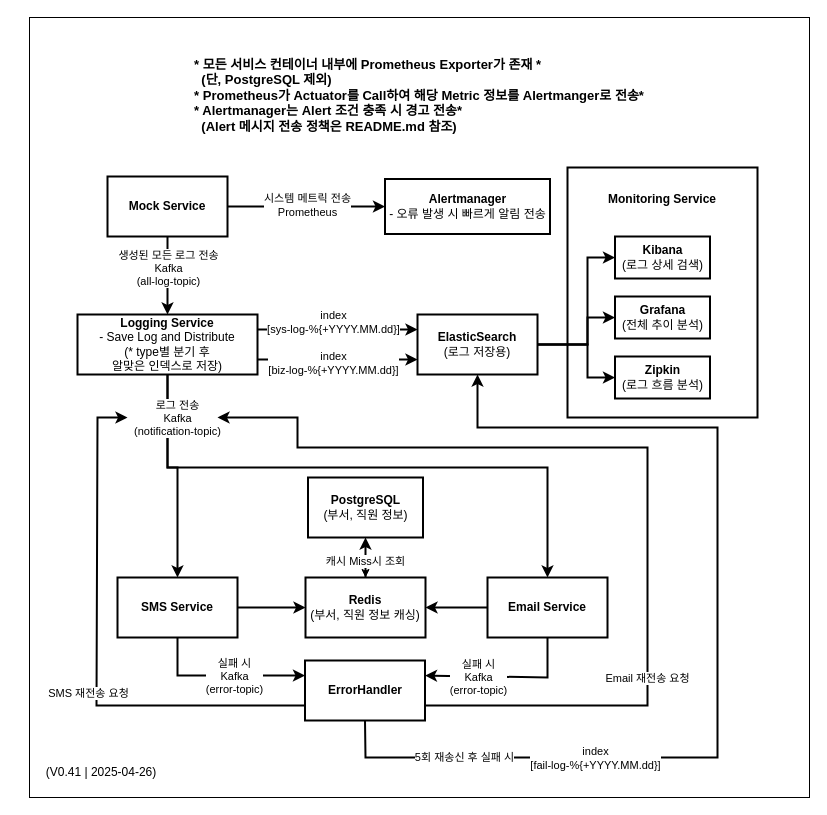
Before: docs/architecture/MsaLogHandleProjects.drawio in rihee1214/logstream-alert-system, a draw.io diagram. Source tidied: cells renumbered, new cells numbered last; positions are measured from the earlier drawing's top-left corner, leaving out a move shared by most shapes. Both pictures are drawn from the tidied source at 100%, with x=0, y=0 at pixel (29, 17).
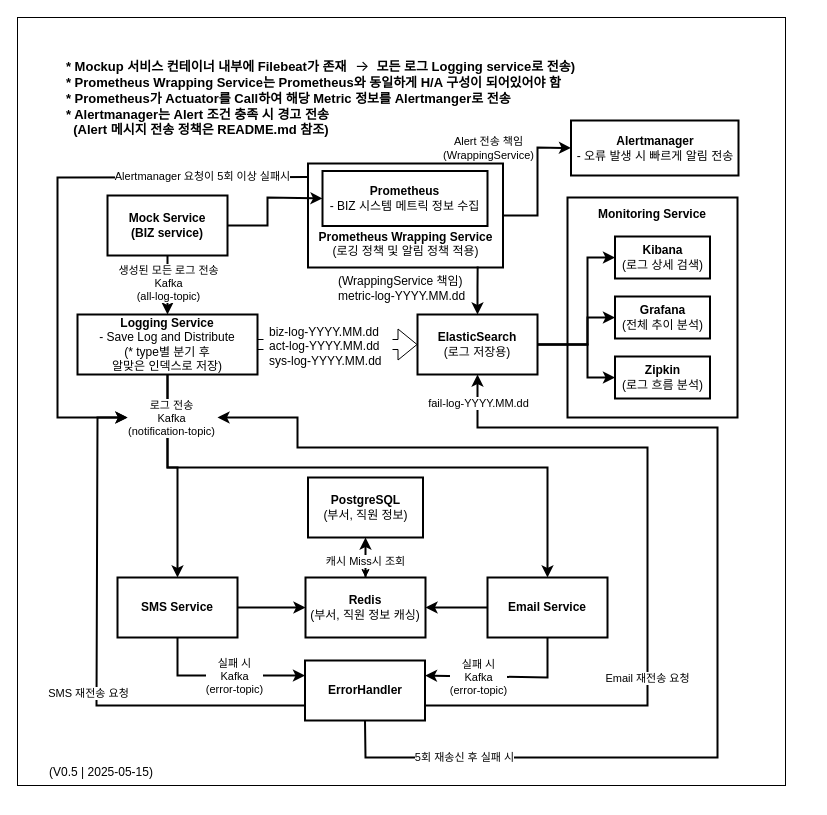
The same diagram, later.

Commit message (it also covers changes not shown here):
Refactor Prometheus wrapping architecture and finalize logging policy

Unchanged cells that the change refers to:
```xml
<mxCell id="5" value="&lt;font style=&quot;color: light-dark(rgb(0, 0, 0), rgb(0, 0, 0));&quot;&gt;&lt;b&gt;Logging Service&lt;/b&gt;&lt;/font&gt;&lt;div&gt;&lt;font style=&quot;color: light-dark(rgb(0, 0, 0), rgb(0, 0, 0));&quot;&gt;- Save Log and Distribute&lt;/font&gt;&lt;/div&gt;&lt;div&gt;&lt;font style=&quot;color: light-dark(rgb(0, 0, 0), rgb(0, 0, 0));&quot;&gt;(* type별 분기 후&lt;/font&gt;&lt;/div&gt;&lt;div&gt;&lt;font style=&quot;color: light-dark(rgb(0, 0, 0), rgb(0, 0, 0));&quot;&gt;알맞은 인덱스로 저장)&lt;/font&gt;&lt;/div&gt;" style="rounded=0;whiteSpace=wrap;html=1;fillColor=light-dark(#FFFFFF,#E8F0FE);strokeColor=light-dark(#000000,#333333);strokeWidth=2;" parent="1" vertex="1">
  <mxGeometry x="48" y="297" width="180" height="60" as="geometry" />
</mxCell>
<mxCell id="6" style="endArrow=classic;html=1;rounded=0;entryX=0.5;entryY=0;entryDx=0;entryDy=0;strokeColor=light-dark(#000000,#333333);strokeWidth=2;exitX=0.5;exitY=1;exitDx=0;exitDy=0;" parent="1" edge="1" source="4" target="5">
  <mxGeometry relative="1" as="geometry" />
</mxCell>
<mxCell id="10" value="&lt;font style=&quot;color: light-dark(rgb(0, 0, 0), rgb(0, 0, 0));&quot;&gt;&lt;b&gt;ElasticSearch&lt;/b&gt;&lt;/font&gt;&lt;div&gt;&lt;font style=&quot;color: light-dark(rgb(0, 0, 0), rgb(0, 0, 0));&quot;&gt;(로그 저장용)&lt;/font&gt;&lt;/div&gt;" style="rounded=0;whiteSpace=wrap;html=1;fillColor=light-dark(#FFFFFF,#E8F0FE);strokeColor=light-dark(#000000,#333333);strokeWidth=2;" parent="1" vertex="1">
  <mxGeometry x="388" y="297" width="120" height="60" as="geometry" />
</mxCell>
<mxCell id="14" style="endArrow=classic;html=1;rounded=0;exitX=0.5;exitY=1;exitDx=0;exitDy=0;entryX=0.5;entryY=0;entryDx=0;entryDy=0;strokeColor=light-dark(#000000,#333333);strokeWidth=2;" parent="1" edge="1" source="5" target="13">
  <mxGeometry relative="1" as="geometry">
    <Array as="points">
      <mxPoint x="138" y="450" />
      <mxPoint x="518" y="450" />
    </Array>
  </mxGeometry>
</mxCell>
```

The edit, as a diff of the source:
```diff
@@
     <mxCell id="2" style="whiteSpace=wrap;html=1;fillColor=light-dark(#FFFFFF,#FFFFFF);" parent="1" vertex="1">
-      <mxGeometry width="780" height="780" as="geometry" />
+      <mxGeometry x="-12" width="768" height="768" as="geometry" />
     </mxCell>
+    <mxCell id="37" value="&lt;div style=&quot;text-align: left;&quot;&gt;&lt;font style=&quot;font-size: 13px;&quot;&gt;&lt;div style=&quot;font-size: 12px;&quot;&gt;&lt;font style=&quot;color: light-dark(rgb(0, 0, 0), rgb(0, 0, 204)); font-size: 13px;&quot;&gt;&lt;font style=&quot;&quot;&gt;&lt;b style=&quot;&quot;&gt;* Mockup 서비스 컨테이너 내부에&amp;nbsp;&lt;/b&gt;&lt;/font&gt;&lt;font style=&quot;font-size: 12px;&quot;&gt;&lt;b style=&quot;background-color: transparent; font-size: 13px;&quot;&gt;Filebeat가 존재&lt;/b&gt;&lt;/font&gt;&lt;/font&gt;&lt;font style=&quot;color: light-dark(rgb(0, 0, 0), rgb(0, 0, 204)); font-size: 13px;&quot;&gt;&lt;font style=&quot;font-size: 12px;&quot;&gt;&lt;b style=&quot;font-size: 13px; background-color: transparent;&quot;&gt;&lt;span style=&quot;white-space: pre;&quot;&gt;&#9;&lt;/span&gt;&lt;/b&gt;&lt;/font&gt;&lt;/font&gt;&lt;span style=&quot;font-family: -apple-system, BlinkMacSystemFont, &amp;quot;Malgun Gothic&amp;quot;, &amp;quot;맑은 고딕&amp;quot;, helvetica, &amp;quot;Apple SD Gothic Neo&amp;quot;, helvetica, &amp;quot;나눔바른고딕 옛한글&amp;quot;, &amp;quot;NanumBarunGothic YetHangul&amp;quot;, sans-serif; font-size: 15px; letter-spacing: -0.3px;&quot;&gt;&lt;font style=&quot;color: light-dark(rgb(0, 0, 0), rgb(0, 0, 204));&quot;&gt;→&amp;nbsp;&lt;/font&gt;&lt;/span&gt;&lt;b style=&quot;color: light-dark(rgb(0, 0, 0), rgb(0, 0, 204)); background-color: transparent; font-size: 13px;&quot;&gt;&amp;nbsp;모든 로그 Logging service로 전송)&lt;/b&gt;&lt;/div&gt;&lt;div style=&quot;color: light-dark(rgb(0, 0, 0), rgb(0, 0, 204)); font-size: 12px;&quot;&gt;&lt;font style=&quot;font-size: 13px;&quot;&gt;&lt;b&gt;* Prometheus Wrapping Service는 Prometheus와 동일하게 H/A 구성이 되어있어야 함&lt;/b&gt;&lt;/font&gt;&lt;/div&gt;&lt;/font&gt;&lt;/div&gt;&lt;div style=&quot;text-align: left;&quot;&gt;&lt;font style=&quot;font-size: 13px; color: light-dark(rgb(0, 0, 0), rgb(0, 0, 204));&quot;&gt;&lt;b style=&quot;&quot;&gt;* Prometheus가 Actuator를 Call하여 해당 Metric 정보를 Alertmanger로 전송&amp;nbsp;&lt;/b&gt;&lt;/font&gt;&lt;/div&gt;&lt;div style=&quot;text-align: left;&quot;&gt;&lt;font style=&quot;color: light-dark(rgb(0, 0, 0), rgb(0, 0, 204));&quot;&gt;&lt;span style=&quot;background-color: transparent;&quot;&gt;&lt;font style=&quot;font-size: 13px;&quot;&gt;&lt;b style=&quot;&quot;&gt;* Alertmanager는 Alert 조건 충족 시 경고 전송&lt;span style=&quot;white-space: pre;&quot;&gt;&#9;&lt;/span&gt;&lt;span style=&quot;white-space: pre;&quot;&gt;&#9;&lt;/span&gt;&lt;span style=&quot;white-space: pre;&quot;&gt;&#9;&lt;/span&gt;&lt;/b&gt;&lt;/font&gt;&lt;/span&gt;&lt;span style=&quot;background-color: transparent;&quot;&gt;&lt;font style=&quot;font-size: 13px;&quot;&gt;&lt;b style=&quot;&quot;&gt;&lt;span style=&quot;white-space: pre;&quot;&gt;&#9;&lt;span style=&quot;white-space: pre;&quot;&gt;&#9;&lt;/span&gt;&lt;span style=&quot;white-space: pre;&quot;&gt;&#9;&lt;/span&gt;&lt;span style=&quot;white-space: pre;&quot;&gt;&#9;&lt;/span&gt;&lt;/span&gt;&lt;/b&gt;&lt;/font&gt;&lt;/span&gt;&lt;/font&gt;&lt;/div&gt;&lt;div style=&quot;text-align: left;&quot;&gt;&lt;b style=&quot;background-color: transparent; font-size: 13px; color: rgb(211, 84, 0);&quot;&gt;&lt;font style=&quot;color: light-dark(rgb(0, 0, 0), rgb(0, 0, 204));&quot;&gt;&amp;nbsp; (Alert 메시지 전송 정책은 README.md 참조)&lt;/font&gt;&lt;/b&gt;&lt;/div&gt;" style="text;html=1;align=center;verticalAlign=middle;whiteSpace=wrap;rounded=0;fillColor=light-dark(#FFFFFF,#FFFFFF);" parent="1" vertex="1">
+      <mxGeometry x="23.5" y="20" width="534.5" height="120" as="geometry" />
+    </mxCell>
+    <mxCell id="48" value="&lt;div&gt;&lt;br&gt;&lt;/div&gt;&lt;div&gt;&lt;br&gt;&lt;/div&gt;&lt;div&gt;&lt;br&gt;&lt;/div&gt;&lt;div&gt;&lt;br&gt;&lt;/div&gt;&lt;div&gt;&lt;font style=&quot;color: light-dark(rgb(0, 0, 0), rgb(0, 0, 0));&quot;&gt;&lt;b style=&quot;&quot;&gt;Prometheus Wrapping Service&lt;/b&gt;&lt;/font&gt;&lt;/div&gt;&lt;div&gt;&lt;font style=&quot;color: light-dark(rgb(0, 0, 0), rgb(0, 0, 0));&quot;&gt;(로깅 정책 및 알림 정책 적용)&lt;/font&gt;&lt;/div&gt;" style="rounded=0;whiteSpace=wrap;html=1;fillColor=light-dark(#FFFFFF,#E8F0FE);strokeColor=light-dark(#000000,#333333);strokeWidth=2;" parent="1" vertex="1">
+      <mxGeometry x="278.5" y="146" width="195" height="104" as="geometry" />
+    </mxCell>
     <mxCell id="3" value="&lt;font style=&quot;color: light-dark(rgb(0, 0, 0), rgb(0, 0, 0));&quot;&gt;&lt;b&gt;Monitoring Service&lt;/b&gt;&lt;/font&gt;&lt;div&gt;&lt;font style=&quot;color: light-dark(rgb(0, 0, 0), rgb(0, 0, 0));&quot;&gt;&lt;b&gt;&lt;br&gt;&lt;/b&gt;&lt;/font&gt;&lt;/div&gt;&lt;div&gt;&lt;font style=&quot;color: light-dark(rgb(0, 0, 0), rgb(0, 0, 0));&quot;&gt;&lt;b&gt;&lt;br&gt;&lt;/b&gt;&lt;/font&gt;&lt;/div&gt;&lt;div&gt;&lt;font style=&quot;color: light-dark(rgb(0, 0, 0), rgb(0, 0, 0));&quot;&gt;&lt;b&gt;&lt;br&gt;&lt;/b&gt;&lt;/font&gt;&lt;/div&gt;&lt;div&gt;&lt;font style=&quot;color: light-dark(rgb(0, 0, 0), rgb(0, 0, 0));&quot;&gt;&lt;b&gt;&lt;br&gt;&lt;/b&gt;&lt;/font&gt;&lt;/div&gt;&lt;div&gt;&lt;font style=&quot;color: light-dark(rgb(0, 0, 0), rgb(0, 0, 0));&quot;&gt;&lt;b&gt;&lt;br&gt;&lt;/b&gt;&lt;/font&gt;&lt;/div&gt;&lt;div&gt;&lt;font style=&quot;color: light-dark(rgb(0, 0, 0), rgb(0, 0, 0));&quot;&gt;&lt;b&gt;&lt;br&gt;&lt;/b&gt;&lt;/font&gt;&lt;/div&gt;&lt;div&gt;&lt;font style=&quot;color: light-dark(rgb(0, 0, 0), rgb(0, 0, 0));&quot;&gt;&lt;b&gt;&lt;br&gt;&lt;/b&gt;&lt;/font&gt;&lt;/div&gt;&lt;div&gt;&lt;font style=&quot;color: light-dark(rgb(0, 0, 0), rgb(0, 0, 0));&quot;&gt;&lt;b&gt;&lt;br&gt;&lt;/b&gt;&lt;/font&gt;&lt;/div&gt;&lt;div&gt;&lt;font style=&quot;color: light-dark(rgb(0, 0, 0), rgb(0, 0, 0));&quot;&gt;&lt;b&gt;&lt;br&gt;&lt;/b&gt;&lt;/font&gt;&lt;/div&gt;&lt;div&gt;&lt;font style=&quot;color: light-dark(rgb(0, 0, 0), rgb(0, 0, 0));&quot;&gt;&lt;b&gt;&lt;br&gt;&lt;/b&gt;&lt;/font&gt;&lt;/div&gt;&lt;div&gt;&lt;font style=&quot;color: light-dark(rgb(0, 0, 0), rgb(0, 0, 0));&quot;&gt;&lt;b&gt;&lt;br&gt;&lt;/b&gt;&lt;/font&gt;&lt;/div&gt;&lt;div&gt;&lt;font style=&quot;color: light-dark(rgb(0, 0, 0), rgb(0, 0, 0));&quot;&gt;&lt;b&gt;&lt;br&gt;&lt;/b&gt;&lt;/font&gt;&lt;/div&gt;&lt;div&gt;&lt;font style=&quot;color: light-dark(rgb(0, 0, 0), rgb(0, 0, 0));&quot;&gt;&lt;b&gt;&lt;br&gt;&lt;/b&gt;&lt;/font&gt;&lt;/div&gt;" style="rounded=0;whiteSpace=wrap;html=1;fillColor=light-dark(#FFFFFF,#E8F0FE);strokeColor=light-dark(#000000,#333333);strokeWidth=2;" parent="1" vertex="1">
-      <mxGeometry x="538" y="150" width="190" height="250" as="geometry" />
+      <mxGeometry x="538" y="180" width="170" height="220" as="geometry" />
     </mxCell>
-    <mxCell id="4" value="&lt;font style=&quot;color: light-dark(rgb(0, 0, 0), rgb(0, 0, 0));&quot;&gt;&lt;b&gt;Mock Service&lt;/b&gt;&lt;/font&gt;" style="rounded=0;whiteSpace=wrap;html=1;strokeColor=light-dark(#000000,#333333);strokeWidth=2;fillColor=light-dark(#FFFFFF,#E8F0FE);" parent="1" vertex="1">
-      <mxGeometry x="78" y="159" width="120" height="60" as="geometry" />
+    <mxCell id="4" value="&lt;font style=&quot;color: light-dark(rgb(0, 0, 0), rgb(0, 0, 0));&quot;&gt;&lt;b&gt;Mock Service&lt;br&gt;(BIZ service)&lt;/b&gt;&lt;/font&gt;" style="rounded=0;whiteSpace=wrap;html=1;strokeColor=light-dark(#000000,#333333);strokeWidth=2;fillColor=light-dark(#FFFFFF,#E8F0FE);" parent="1" vertex="1">
+      <mxGeometry x="78" y="178" width="120" height="60" as="geometry" />
     </mxCell>
@@
     <mxCell id="7" value="&lt;font style=&quot;&quot;&gt;생성된 모든 로그 전송&lt;br&gt;Kafka &lt;br&gt;(all-log-topic)&lt;/font&gt;" style="edgeLabel;html=1;align=center;verticalAlign=middle;labelBackgroundColor=light-dark(#FFFFFF,#FFFFFF);fontColor=light-dark(#000000,#000000);" parent="6" vertex="1">
       <mxGeometry relative="1" as="geometry">
-        <mxPoint y="-8" as="offset" />
+        <mxPoint y="-3" as="offset" />
       </mxGeometry>
     </mxCell>
-    <mxCell id="8" style="endArrow=classic;html=1;rounded=0;exitX=1;exitY=0.75;exitDx=0;exitDy=0;entryX=0;entryY=0.75;entryDx=0;entryDy=0;strokeColor=light-dark(#000000,#333333);strokeWidth=2;" parent="1" edge="1" source="5" target="10">
-      <mxGeometry relative="1" as="geometry" />
-    </mxCell>
-    <mxCell id="9" value="index&lt;div&gt;[biz-log-%{+YYYY.MM.dd}]&lt;/div&gt;" style="edgeLabel;html=1;align=center;verticalAlign=middle;labelBackgroundColor=light-dark(#FFFFFF,#FFFFFF);fontColor=light-dark(#000000,#000000);" parent="8" vertex="1">
-      <mxGeometry relative="1" as="geometry">
-        <mxPoint x="-5" y="3" as="offset" />
-      </mxGeometry>
-    </mxCell>
@@
     <mxCell id="15" value="로그 전송&lt;br&gt;Kafka&lt;br&gt;(notification-topic)" style="edgeLabel;html=1;align=center;verticalAlign=middle;labelBackgroundColor=light-dark(#FFFFFF,#FFFFFF);fontColor=light-dark(#000000,#000000);" parent="14" vertex="1">
       <mxGeometry relative="1" as="geometry">
-        <mxPoint x="-190" y="-50" as="offset" />
+        <mxPoint x="-196" y="-50" as="offset" />
       </mxGeometry>
     </mxCell>
@@
-    <mxCell id="23" value="index&lt;br&gt;[fail-log-%{+YYYY.MM.dd}]" style="edgeLabel;html=1;align=center;verticalAlign=middle;labelBackgroundColor=light-dark(#FFFFFF,#FFFFFF);fontColor=light-dark(#000000,#000000);" parent="1" vertex="1">
-      <mxGeometry x="565.5" y="740" as="geometry" />
+    <mxCell id="23" value="fail-log-YYYY.MM.dd" style="edgeLabel;html=1;align=center;verticalAlign=middle;labelBackgroundColor=light-dark(#FFFFFF,#FFFFFF);fontColor=light-dark(#000000,#000000);" parent="1" vertex="1">
+      <mxGeometry x="448" y="385" as="geometry" />
     </mxCell>
@@
-    <mxCell id="34" style="endArrow=classic;html=1;rounded=0;exitX=1;exitY=0.25;exitDx=0;exitDy=0;entryX=0;entryY=0.25;entryDx=0;entryDy=0;strokeColor=light-dark(#000000,#333333);strokeWidth=2;" parent="1" edge="1" source="5" target="10">
-      <mxGeometry relative="1" as="geometry" />
-    </mxCell>
-    <mxCell id="35" value="index&lt;div&gt;[sys-log-%{+YYYY.MM.dd}]&lt;/div&gt;" style="edgeLabel;html=1;align=center;verticalAlign=middle;labelBackgroundColor=light-dark(#FFFFFF,#FFFFFF);fontColor=light-dark(#000000,#000000);" parent="34" vertex="1">
-      <mxGeometry relative="1" as="geometry">
-        <mxPoint x="-5" y="-8" as="offset" />
-      </mxGeometry>
-    </mxCell>
-    <mxCell id="36" value="&lt;font style=&quot;color: light-dark(rgb(0, 0, 0), rgb(0, 0, 0));&quot;&gt;(V0.41 | 2025-04-26)&lt;/font&gt;" style="text;html=1;align=center;verticalAlign=middle;whiteSpace=wrap;rounded=0;" parent="1" vertex="1">
+    <mxCell id="36" value="&lt;font style=&quot;color: light-dark(rgb(0, 0, 0), rgb(0, 0, 0));&quot;&gt;(V0.5 | 2025-05-15)&lt;/font&gt;" style="text;html=1;align=center;verticalAlign=middle;whiteSpace=wrap;rounded=0;" parent="1" vertex="1">
       <mxGeometry x="2" y="740" width="140" height="30" as="geometry" />
     </mxCell>
-    <mxCell id="37" value="&lt;div style=&quot;text-align: left;&quot;&gt;&lt;font style=&quot;font-size: 13px; color: light-dark(rgb(0, 0, 0), rgb(211, 84, 0));&quot;&gt;&lt;div style=&quot;color: rgb(255, 255, 255); font-size: 12px;&quot;&gt;&lt;font style=&quot;color: light-dark(rgb(0, 0, 0), rgb(211, 84, 0)); font-size: 13px;&quot;&gt;&lt;b&gt;* 모든 서비스 컨테이너 내부에&amp;nbsp;&lt;/b&gt;&lt;/font&gt;&lt;font style=&quot;color: light-dark(rgb(0, 0, 0), rgb(211, 84, 0));&quot;&gt;&lt;b style=&quot;background-color: transparent; font-size: 13px;&quot;&gt;Prometheus Exporter가 존재&lt;/b&gt;&lt;b style=&quot;font-size: 13px; background-color: transparent;&quot;&gt;&amp;nbsp;*&lt;/b&gt;&lt;/font&gt;&lt;b style=&quot;color: light-dark(rgb(0, 0, 0), rgb(211, 84, 0)); font-size: 13px; background-color: transparent;&quot;&gt;&amp;nbsp;&lt;/b&gt;&lt;/div&gt;&lt;div style=&quot;color: rgb(255, 255, 255); font-size: 12px;&quot;&gt;&lt;font style=&quot;color: light-dark(rgb(0, 0, 0), rgb(211, 84, 0));&quot;&gt;&lt;b style=&quot;font-size: 13px; background-color: transparent;&quot;&gt;&amp;nbsp; (단,&amp;nbsp;&lt;/b&gt;&lt;b style=&quot;background-color: transparent; font-size: 13px;&quot;&gt;PostgreSQL 제외)&lt;/b&gt;&lt;/font&gt;&lt;/div&gt;&lt;/font&gt;&lt;/div&gt;&lt;div style=&quot;text-align: left;&quot;&gt;&lt;font style=&quot;font-size: 13px; color: light-dark(rgb(0, 0, 0), rgb(211, 84, 0));&quot;&gt;&lt;b style=&quot;&quot;&gt;* Prometheus가 Actuator를 Call하여 해당 Metric 정보를 Alertmanger로 전송*&lt;/b&gt;&lt;/font&gt;&lt;/div&gt;&lt;div style=&quot;text-align: left;&quot;&gt;&lt;span style=&quot;background-color: transparent;&quot;&gt;&lt;font style=&quot;font-size: 13px; color: light-dark(rgb(0, 0, 0), rgb(211, 84, 0));&quot;&gt;&lt;b style=&quot;&quot;&gt;* Alertmanager는 Alert 조건 충족 시 경고 전송*&amp;nbsp;&lt;/b&gt;&lt;/font&gt;&lt;/span&gt;&lt;/div&gt;&lt;div style=&quot;text-align: left;&quot;&gt;&lt;b style=&quot;font-size: 13px; color: rgb(211, 84, 0);&quot;&gt;&lt;font style=&quot;color: light-dark(rgb(0, 0, 0), rgb(211, 84, 0));&quot;&gt;&amp;nbsp; (Alert 메시지 전송 정책은 README.md 참조)&lt;/font&gt;&lt;/b&gt;&lt;span style=&quot;background-color: transparent;&quot;&gt;&lt;font style=&quot;font-size: 13px; color: light-dark(rgb(0, 0, 0), rgb(211, 84, 0));&quot;&gt;&lt;b style=&quot;&quot;&gt;&lt;/b&gt;&lt;/font&gt;&lt;/span&gt;&lt;/div&gt;" style="text;html=1;align=center;verticalAlign=middle;whiteSpace=wrap;rounded=0;fillColor=light-dark(#FFFFFF,#FFFFFF);" parent="1" vertex="1">
-      <mxGeometry x="154" y="30" width="472" height="96" as="geometry" />
-    </mxCell>
     <mxCell id="38" value="&lt;font style=&quot;color: light-dark(rgb(0, 0, 0), rgb(0, 0, 0));&quot;&gt;&lt;b&gt;Alertmanager&lt;/b&gt;&lt;br&gt;- 오류 발생 시 빠르게 알림 전송&lt;/font&gt;" style="rounded=0;whiteSpace=wrap;html=1;fillColor=light-dark(#FFFFFF,#E8F0FE);strokeColor=light-dark(#000000,#333333);strokeWidth=2;" parent="1" vertex="1">
-      <mxGeometry x="355.5" y="161.5" width="165" height="55" as="geometry" />
+      <mxGeometry x="541.5" y="103" width="167.5" height="55" as="geometry" />
     </mxCell>
-    <mxCell id="39" style="endArrow=classic;html=1;rounded=0;exitX=1;exitY=0.5;exitDx=0;exitDy=0;entryX=0;entryY=0.5;entryDx=0;entryDy=0;strokeColor=light-dark(#000000,#333333);strokeWidth=2;" parent="1" edge="1" source="4" target="38">
-      <mxGeometry relative="1" as="geometry" />
-    </mxCell>
-    <mxCell id="40" value="시스템 메트릭 전송&lt;br&gt;Prometheus" style="edgeLabel;html=1;align=center;verticalAlign=middle;labelBackgroundColor=light-dark(#FFFFFF,#FFFFFF);fontColor=light-dark(#000000,#000000);" parent="1" vertex="1">
-      <mxGeometry x="283" y="191" as="geometry">
-        <mxPoint x="-6" y="-4" as="offset" />
-      </mxGeometry>
-    </mxCell>
@@
+    <mxCell id="49" style="shape=flexArrow;endArrow=classic;html=1;rounded=0;strokeColor=light-dark(#000000,#000000);fillColor=default;exitX=1;exitY=0.5;exitDx=0;exitDy=0;entryX=0;entryY=0.5;entryDx=0;entryDy=0;" parent="1" edge="1" source="5" target="10">
+      <mxGeometry relative="1" as="geometry" />
+    </mxCell>
+    <mxCell id="50" value="&lt;font style=&quot;&quot;&gt;&lt;font style=&quot;color: light-dark(rgb(0, 0, 0), rgb(0, 0, 0));&quot;&gt;biz-log-YYYY.MM.dd&lt;/font&gt;&lt;br&gt;&lt;font style=&quot;color: light-dark(rgb(0, 0, 0), rgb(0, 0, 0));&quot;&gt;act-log-YYYY.MM.dd&lt;/font&gt;&lt;br&gt;&lt;font style=&quot;color: light-dark(rgb(0, 0, 0), rgb(0, 0, 0));&quot;&gt;sys-log-&lt;/font&gt;&lt;/font&gt;&lt;span style=&quot;color: rgb(0, 0, 0);&quot;&gt;&lt;font style=&quot;color: light-dark(rgb(0, 0, 0), rgb(0, 0, 0));&quot;&gt;YYYY.MM.dd&lt;/font&gt;&lt;/span&gt;" style="text;strokeColor=none;fillColor=light-dark(#FFFFFF,#FFFFFF);align=left;verticalAlign=middle;spacingLeft=4;spacingRight=4;overflow=hidden;whiteSpace=wrap;html=1;" parent="1" vertex="1">
+      <mxGeometry x="234" y="305" width="129" height="48" as="geometry" />
+    </mxCell>
+    <mxCell id="51" value="&lt;font style=&quot;color: light-dark(rgb(0, 0, 0), rgb(0, 0, 0));&quot;&gt;&lt;b&gt;Prometheus&lt;/b&gt;&lt;br&gt;- BIZ 시스템 메트릭 정보 수집&lt;/font&gt;" style="rounded=0;whiteSpace=wrap;html=1;fillColor=light-dark(#FFFFFF,#E8F0FE);strokeColor=light-dark(#000000,#333333);strokeWidth=2;" parent="1" vertex="1">
+      <mxGeometry x="293" y="153.5" width="165" height="55" as="geometry" />
+    </mxCell>
+    <mxCell id="52" style="endArrow=classic;html=1;rounded=0;entryX=0;entryY=0.5;entryDx=0;entryDy=0;strokeWidth=2;strokeColor=light-dark(#000000,#333333);exitX=1;exitY=0.5;exitDx=0;exitDy=0;" parent="1" edge="1" source="4" target="51">
+      <mxGeometry relative="1" as="geometry">
+        <Array as="points">
+          <mxPoint x="238" y="208" />
+          <mxPoint x="238" y="180" />
+        </Array>
+      </mxGeometry>
+    </mxCell>
+    <mxCell id="53" style="endArrow=classic;html=1;rounded=0;entryX=0;entryY=0.5;entryDx=0;entryDy=0;strokeWidth=2;strokeColor=light-dark(#000000,#333333);exitX=1;exitY=0.5;exitDx=0;exitDy=0;" parent="1" edge="1" source="48" target="38">
+      <mxGeometry relative="1" as="geometry">
+        <Array as="points">
+          <mxPoint x="508" y="198" />
+          <mxPoint x="508" y="130" />
+        </Array>
+      </mxGeometry>
+    </mxCell>
+    <mxCell id="54" value="Alert 전송 책임&lt;br&gt;(WrappingService)" style="edgeLabel;html=1;align=center;verticalAlign=middle;labelBackgroundColor=light-dark(#FFFFFF,#FFFFFF);fontColor=light-dark(#000000,#000000);" parent="53" vertex="1">
+      <mxGeometry x="0.05" relative="1" as="geometry">
+        <mxPoint x="-50" y="-31" as="offset" />
+      </mxGeometry>
+    </mxCell>
+    <mxCell id="55" style="endArrow=classic;html=1;rounded=0;entryX=0.5;entryY=0;entryDx=0;entryDy=0;strokeWidth=2;strokeColor=light-dark(#000000,#333333);exitX=0.87;exitY=0.99;exitDx=0;exitDy=0;exitPerimeter=0;" parent="1" edge="1" source="48" target="10">
+      <mxGeometry relative="1" as="geometry">
+        <Array as="points">
+          <mxPoint x="448" y="270" />
+        </Array>
+      </mxGeometry>
+    </mxCell>
+    <mxCell id="56" style="endArrow=classic;html=1;rounded=0;strokeWidth=2;strokeColor=light-dark(#000000,#333333);exitX=-0.004;exitY=0.131;exitDx=0;exitDy=0;exitPerimeter=0;" parent="1" edge="1" source="48">
+      <mxGeometry relative="1" as="geometry">
+        <mxPoint x="98" y="400" as="targetPoint" />
+        <Array as="points">
+          <mxPoint x="28" y="160" />
+          <mxPoint x="28" y="400" />
+        </Array>
+      </mxGeometry>
+    </mxCell>
+    <mxCell id="57" value="Alertmanager 요청이 5회 이상 실패시" style="edgeLabel;html=1;align=center;verticalAlign=middle;labelBackgroundColor=light-dark(#FFFFFF,#FFFFFF);fontColor=light-dark(#000000,#000000);" parent="56" vertex="1">
+      <mxGeometry x="-0.36" y="1" relative="1" as="geometry">
+        <mxPoint x="74" y="-2" as="offset" />
+      </mxGeometry>
+    </mxCell>
+    <mxCell id="58" value="&lt;font style=&quot;&quot;&gt;&lt;font style=&quot;color: light-dark(rgb(0, 0, 0), rgb(0, 0, 0));&quot;&gt;(WrappingService 책임)&lt;/font&gt;&lt;/font&gt;&lt;div&gt;&lt;font style=&quot;&quot;&gt;&lt;font style=&quot;color: light-dark(rgb(0, 0, 0), rgb(0, 0, 0));&quot;&gt;metric-log-YYYY.MM.dd&lt;/font&gt;&lt;br&gt;&lt;/font&gt;&lt;/div&gt;" style="text;strokeColor=none;fillColor=light-dark(#FFFFFF,#FFFFFF);align=left;verticalAlign=middle;spacingLeft=4;spacingRight=4;overflow=hidden;whiteSpace=wrap;html=1;" parent="1" vertex="1">
+      <mxGeometry x="302.5" y="253" width="137.5" height="35" as="geometry" />
+    </mxCell>
```
